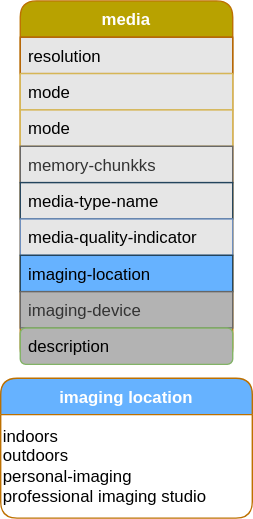
Above: figures/media.svg in morawi/ddoif (draw.io), before the change. Source tidied: cells renumbered, new cells last; positions are measured from the earlier drawing's top-left corner, leaving out a move shared by most shapes.
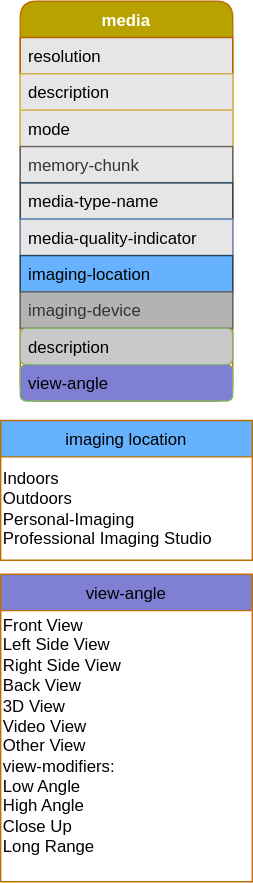
After the commit.

Commit message:
Updated media info

Change to the diagram source:
```diff
@@ -3,18 +3,18 @@
     <mxCell id="0" />
     <mxCell id="1" parent="0" />
     <mxCell id="2" value="media" style="swimlane;fontStyle=1;align=center;verticalAlign=top;horizontal=1;startSize=26;rounded=1;shadow=0;strokeWidth=1;fillColor=#B8A200;strokeColor=#BD7000;fontColor=#ffffff;" parent="1" vertex="1">
-      <mxGeometry x="14" width="152" height="260" as="geometry" />
+      <mxGeometry x="13" y="-528" width="152" height="286" as="geometry" />
     </mxCell>
     <mxCell id="3" value="resolution" style="text;align=left;verticalAlign=top;spacingLeft=4;spacingRight=4;overflow=hidden;fillColor=#E6E6E6;strokeColor=#b46504;" parent="2" vertex="1">
       <mxGeometry y="26" width="152" height="26" as="geometry" />
     </mxCell>
-    <mxCell id="4" value="mode" style="text;align=left;verticalAlign=top;spacingLeft=4;spacingRight=4;overflow=hidden;rounded=0;shadow=0;html=0;fillColor=#E6E6E6;strokeColor=#d6b656;" parent="2" vertex="1">
+    <mxCell id="4" value="description" style="text;align=left;verticalAlign=top;spacingLeft=4;spacingRight=4;overflow=hidden;rounded=0;shadow=0;html=0;fillColor=#E6E6E6;strokeColor=#d6b656;" parent="2" vertex="1">
       <mxGeometry y="52" width="152" height="26" as="geometry" />
     </mxCell>
     <mxCell id="5" value="mode" style="text;align=left;verticalAlign=top;spacingLeft=4;spacingRight=4;overflow=hidden;rounded=0;shadow=0;html=0;fillColor=#E6E6E6;strokeColor=#d6b656;" parent="2" vertex="1">
       <mxGeometry y="78" width="152" height="26" as="geometry" />
     </mxCell>
-    <mxCell id="6" value="memory-chunkks" style="text;align=left;verticalAlign=top;spacingLeft=4;spacingRight=4;overflow=hidden;rounded=0;shadow=0;html=0;fillColor=#E6E6E6;strokeColor=#666666;fontColor=#333333;" parent="2" vertex="1">
+    <mxCell id="6" value="memory-chunk" style="text;align=left;verticalAlign=top;spacingLeft=4;spacingRight=4;overflow=hidden;rounded=0;shadow=0;html=0;fillColor=#E6E6E6;strokeColor=#666666;fontColor=#333333;" parent="2" vertex="1">
       <mxGeometry y="104" width="152" height="26" as="geometry" />
     </mxCell>
     <mxCell id="7" value="media-type-name" style="text;align=left;verticalAlign=top;spacingLeft=4;spacingRight=4;overflow=hidden;rounded=0;shadow=0;html=0;fillColor=#E6E6E6;strokeColor=#23445d;" parent="2" vertex="1">
@@ -29,14 +29,23 @@
     <mxCell id="10" value="imaging-device" style="text;align=left;verticalAlign=top;spacingLeft=4;spacingRight=4;overflow=hidden;rounded=0;shadow=0;html=0;fillColor=#B3B3B3;strokeColor=#666666;fontColor=#333333;" parent="2" vertex="1">
       <mxGeometry y="208" width="152" height="26" as="geometry" />
     </mxCell>
-    <mxCell id="11" value="description" style="text;align=left;verticalAlign=top;spacingLeft=4;spacingRight=4;overflow=hidden;rounded=1;shadow=0;html=0;fillColor=#B3B3B3;strokeColor=#82b366;" parent="2" vertex="1">
+    <mxCell id="11" value="description" style="text;align=left;verticalAlign=top;spacingLeft=4;spacingRight=4;overflow=hidden;rounded=1;shadow=0;html=0;fillColor=#C9C9C9;strokeColor=#82b366;" parent="2" vertex="1">
       <mxGeometry y="234" width="152" height="26" as="geometry" />
     </mxCell>
+    <mxCell id="14" value="view-angle" style="text;align=left;verticalAlign=top;spacingLeft=4;spacingRight=4;overflow=hidden;rounded=1;shadow=0;html=0;fillColor=#7F7FD4;strokeColor=#82b366;" parent="2" vertex="1">
+      <mxGeometry y="260" width="152" height="26" as="geometry" />
+    </mxCell>
-    <mxCell id="12" value="imaging location" style="swimlane;fontStyle=1;align=center;verticalAlign=top;horizontal=1;startSize=26;rounded=1;shadow=0;strokeWidth=1;fillColor=#66B2FF;strokeColor=#BD7000;fontColor=#ffffff;" parent="1" vertex="1">
-      <mxGeometry y="270" width="180" height="100" as="geometry" />
+    <mxCell id="12" value="imaging location" style="swimlane;fontStyle=0;align=center;verticalAlign=top;horizontal=1;startSize=26;rounded=0;shadow=0;strokeWidth=1;fillColor=#66B2FF;strokeColor=#BD7000;fontColor=#000000;" parent="1" vertex="1">
+      <mxGeometry x="-1" y="-228" width="180" height="100" as="geometry" />
     </mxCell>
-    <mxCell id="13" value="indoors&lt;br&gt;outdoors&lt;br&gt;personal-imaging&lt;br&gt;professional imaging studio" style="text;html=1;strokeColor=none;fillColor=none;align=left;verticalAlign=middle;whiteSpace=wrap;rounded=0;" parent="12" vertex="1">
+    <mxCell id="13" value="Indoors&lt;br&gt;Outdoors&lt;br&gt;Personal-Imaging&lt;br&gt;Professional Imaging Studio" style="text;html=1;strokeColor=none;fillColor=none;align=left;verticalAlign=middle;whiteSpace=wrap;rounded=0;" parent="12" vertex="1">
       <mxGeometry y="26" width="180" height="74" as="geometry" />
     </mxCell>
+    <mxCell id="15" value="view-angle" style="swimlane;fontStyle=0;align=center;verticalAlign=top;horizontal=1;startSize=26;rounded=0;shadow=0;strokeWidth=1;fillColor=#7F7FD4;strokeColor=#BD7000;fontColor=#000000;" parent="1" vertex="1">
+      <mxGeometry x="-1" y="-118" width="180" height="220" as="geometry" />
+    </mxCell>
+    <mxCell id="16" value="&lt;div&gt;Front View&lt;/div&gt;&lt;div&gt;Left Side View&lt;/div&gt;&lt;div&gt;Right Side View&lt;/div&gt;&lt;div&gt;Back View&lt;/div&gt;&lt;div&gt;3D View&lt;/div&gt;&lt;div&gt;Video View&lt;/div&gt;&lt;div&gt;Other View&amp;nbsp;&lt;/div&gt;&lt;div&gt;view-modifiers:&lt;/div&gt;&lt;div&gt;Low Angle&lt;/div&gt;&lt;div&gt;High Angle&lt;/div&gt;&lt;div&gt;Close Up&lt;/div&gt;&lt;div&gt;Long Range&lt;/div&gt;&lt;div&gt;&lt;br&gt;&lt;/div&gt;" style="text;html=1;strokeColor=none;fillColor=none;align=left;verticalAlign=middle;whiteSpace=wrap;rounded=0;" parent="15" vertex="1">
+      <mxGeometry y="26" width="180" height="194" as="geometry" />
+    </mxCell>
   </root>
 </mxGraphModel>
```
